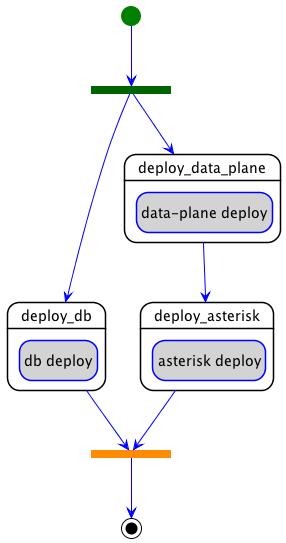
Orange-OpenSource/Cloudnet-TOSCA-toolbox keeps this PlantUML diagram as examples/tosca-community-contributions/diagrams/uml2/examples-1.3-turandot-telephony-network-service-asterisk-vnf-asterisk-vnf-declarative_deploy-workflow-diagram.png. Above is the earlier version. Source of this version:
```plantuml
@startuml
hide empty description
skinparam shadowing false
skinparam state {
  ArrowColor blue
  BorderColor blue
  EndColor black
  StartColor green
  BackGroundColor<< step >> white
  BorderColor<< step >> black
  BackGroundColor<< delegate >> lightgrey
  BackGroundColor<< set_state >> white
  BackGroundColor<< call_operation >> lightblue
  BackGroundColor<< inline >> white
}
skinparam ActivityBarColor<<fork>> DarkGreen
skinparam ActivityBarColor<<join>> DarkOrange

state "deploy_asterisk" as step_declarative_deploy_deploy_asterisk << step >> {
  state "asterisk deploy" as step_declarative_deploy_deploy_asterisk_asterisk_deploy << delegate >>
}
state "deploy_db" as step_declarative_deploy_deploy_db << step >> {
  state "db deploy" as step_declarative_deploy_deploy_db_db_deploy << delegate >>
}
state "deploy_data_plane" as step_declarative_deploy_deploy_data_plane << step >> {
  state "data-plane deploy" as step_declarative_deploy_deploy_data_plane_data_plane_deploy << delegate >>
}
step_declarative_deploy_deploy_data_plane --> step_declarative_deploy_deploy_asterisk
state declarative_deploy_fork <<fork>>
[*] --> declarative_deploy_fork
declarative_deploy_fork --> step_declarative_deploy_deploy_db
declarative_deploy_fork --> step_declarative_deploy_deploy_data_plane
state declarative_deploy_join <<join>>
declarative_deploy_join --> [*]
step_declarative_deploy_deploy_asterisk --> declarative_deploy_join
step_declarative_deploy_deploy_db --> declarative_deploy_join
@enduml
```
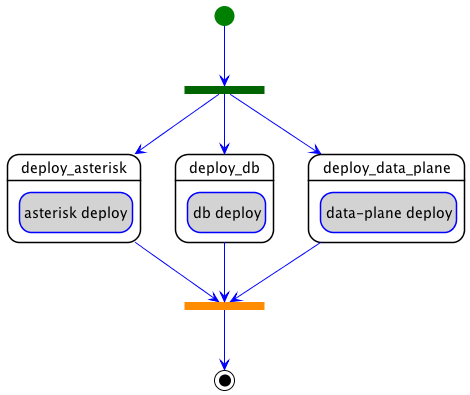
After the commit.

The edit, as a diff of the source:
```diff
@@ -25,13 +25,14 @@
 state "deploy_data_plane" as step_declarative_deploy_deploy_data_plane << step >> {
   state "data-plane deploy" as step_declarative_deploy_deploy_data_plane_data_plane_deploy << delegate >>
 }
-step_declarative_deploy_deploy_data_plane --> step_declarative_deploy_deploy_asterisk
 state declarative_deploy_fork <<fork>>
 [*] --> declarative_deploy_fork
+declarative_deploy_fork --> step_declarative_deploy_deploy_asterisk
 declarative_deploy_fork --> step_declarative_deploy_deploy_db
 declarative_deploy_fork --> step_declarative_deploy_deploy_data_plane
 state declarative_deploy_join <<join>>
 declarative_deploy_join --> [*]
 step_declarative_deploy_deploy_asterisk --> declarative_deploy_join
 step_declarative_deploy_deploy_db --> declarative_deploy_join
+step_declarative_deploy_deploy_data_plane --> declarative_deploy_join
 @enduml
```
